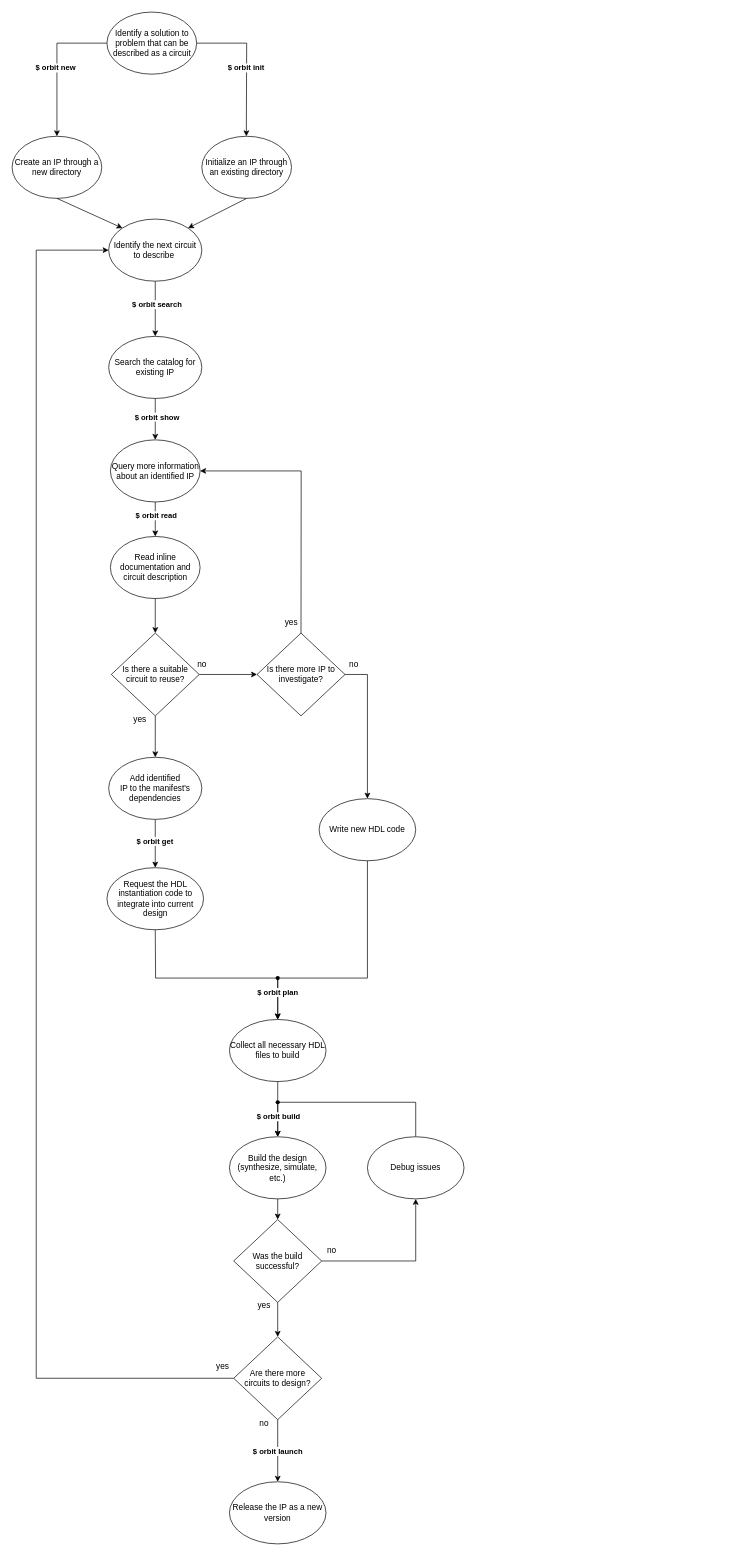
Before: docs/src/diagrams/command-flow.drawio in chaseruskin/orbit, a draw.io diagram. Source tidied: cells renumbered, new cells numbered last; positions are measured from the earlier drawing's top-left corner, leaving out a move shared by most shapes. Both pictures are drawn from the tidied source at 69%, with x=0, y=0 at pixel (12, 12).
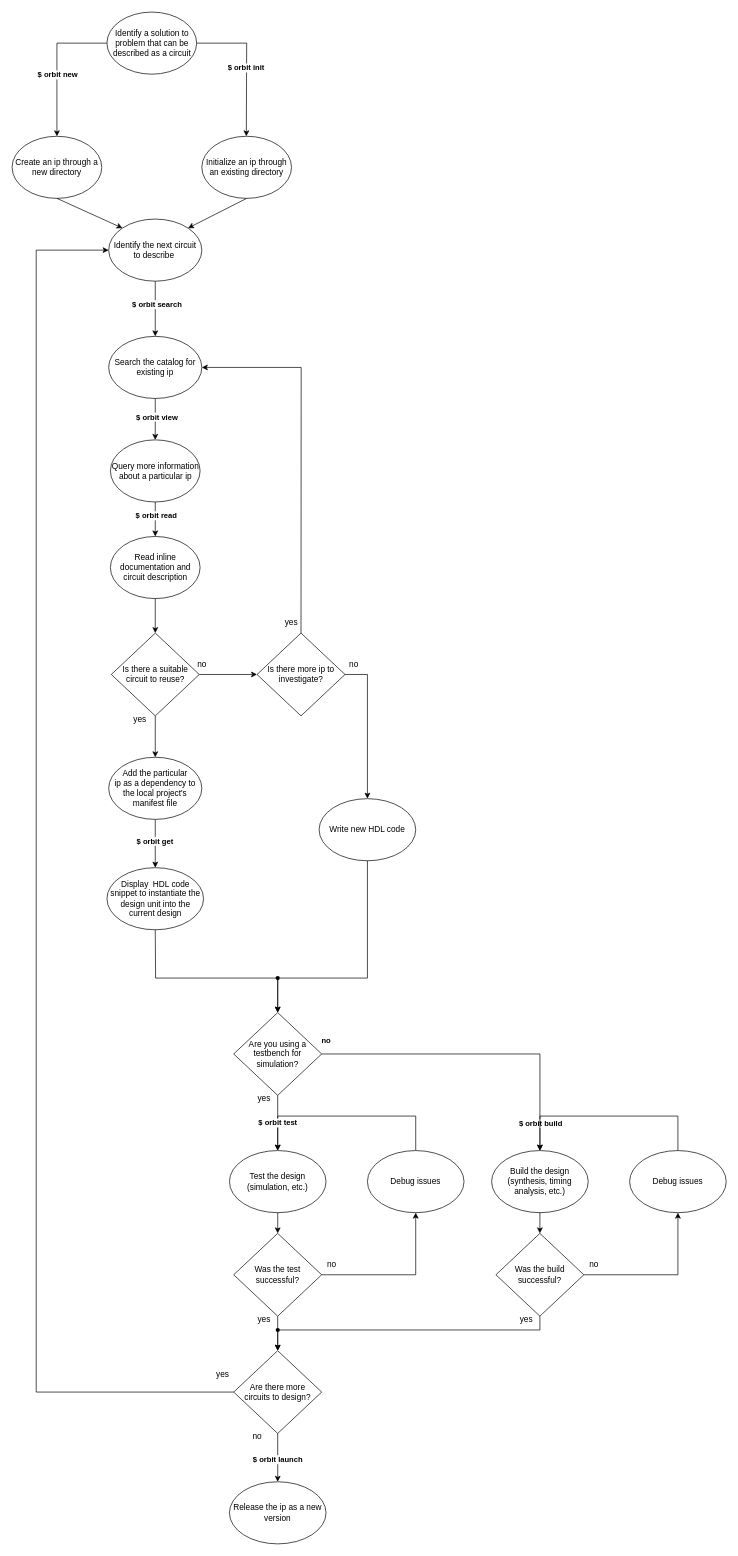
The same page after the edit.

Unchanged cells that the change refers to:
```xml
<mxCell id="3" value="Write new HDL code" style="ellipse;whiteSpace=wrap;html=1;" parent="1" vertex="1">
  <mxGeometry x="445" y="1140" width="140" height="90" as="geometry" />
</mxCell>
<mxCell id="5" value="Identify the next circuit &lt;br&gt;to describe&amp;nbsp;" style="ellipse;whiteSpace=wrap;html=1;" parent="1" vertex="1">
  <mxGeometry x="140" y="300" width="135" height="90" as="geometry" />
</mxCell>
<mxCell id="11" style="endArrow=classic;html=1;rounded=0;entryX=0.5;entryY=0;entryDx=0;entryDy=0;exitX=0;exitY=0.5;exitDx=0;exitDy=0;" parent="1" edge="1" source="58" target="9">
  <mxGeometry relative="1" as="geometry">
    <Array as="points">
      <mxPoint x="65" y="45" />
    </Array>
  </mxGeometry>
</mxCell>
<mxCell id="19" style="endArrow=classic;html=1;rounded=0;exitX=0.5;exitY=1;exitDx=0;exitDy=0;entryX=0.5;entryY=0;entryDx=0;entryDy=0;" parent="1" edge="1" source="4" target="6">
  <mxGeometry relative="1" as="geometry" />
</mxCell>
```

The edit, as a diff of the source:
```diff
@@
-    <mxCell id="2" style="endArrow=classic;html=1;rounded=0;exitX=0.5;exitY=0;exitDx=0;exitDy=0;entryX=0.5;entryY=0;entryDx=0;entryDy=0;" parent="1" edge="1" source="44" target="41">
-      <mxGeometry relative="1" as="geometry">
-        <Array as="points">
-          <mxPoint x="585" y="1580" />
-          <mxPoint x="385" y="1580" />
-        </Array>
-      </mxGeometry>
-    </mxCell>
@@
-    <mxCell id="4" value="Search the catalog for existing IP" style="ellipse;whiteSpace=wrap;html=1;" parent="1" vertex="1">
+    <mxCell id="4" value="Search the catalog for existing ip" style="ellipse;whiteSpace=wrap;html=1;" parent="1" vertex="1">
       <mxGeometry x="140" y="470" width="135" height="90" as="geometry" />
     </mxCell>
@@
-    <mxCell id="6" value="Query more information about an identified IP" style="ellipse;whiteSpace=wrap;html=1;" parent="1" vertex="1">
+    <mxCell id="6" value="Query more information about a particular ip" style="ellipse;whiteSpace=wrap;html=1;" parent="1" vertex="1">
       <mxGeometry x="142.5" y="620" width="130" height="90" as="geometry" />
     </mxCell>
@@
-    <mxCell id="8" value="Request the HDL instantiation code to integrate into current design" style="ellipse;whiteSpace=wrap;html=1;" parent="1" vertex="1">
+    <mxCell id="8" value="Display&amp;nbsp; HDL code snippet to instantiate the design unit into the current design" style="ellipse;whiteSpace=wrap;html=1;" parent="1" vertex="1">
       <mxGeometry x="137.5" y="1240" width="140" height="90" as="geometry" />
     </mxCell>
-    <mxCell id="9" value="Create an IP through a new directory" style="ellipse;whiteSpace=wrap;html=1;" parent="1" vertex="1">
+    <mxCell id="9" value="Create an ip through a new directory" style="ellipse;whiteSpace=wrap;html=1;" parent="1" vertex="1">
       <mxGeometry y="180" width="130" height="90" as="geometry" />
     </mxCell>
-    <mxCell id="10" value="Initialize an IP through an existing directory" style="ellipse;whiteSpace=wrap;html=1;" parent="1" vertex="1">
+    <mxCell id="10" value="Initialize an ip through an existing directory" style="ellipse;whiteSpace=wrap;html=1;" parent="1" vertex="1">
       <mxGeometry x="275" y="180" width="130" height="90" as="geometry" />
     </mxCell>
@@
     <mxCell id="12" value="&lt;b&gt;$ orbit new&lt;/b&gt;" style="edgeLabel;html=1;align=center;verticalAlign=middle;" parent="11" vertex="1">
       <mxGeometry x="-0.58" y="2" relative="1" as="geometry">
-        <mxPoint x="-31" y="33" as="offset" />
+        <mxPoint x="-28" y="43" as="offset" />
       </mxGeometry>
     </mxCell>
@@
-    <mxCell id="20" value="&lt;b&gt;$ orbit show&lt;/b&gt;" style="edgeLabel;html=1;align=center;verticalAlign=middle;" parent="19" vertex="1">
+    <mxCell id="20" value="&lt;b&gt;$ orbit view&lt;/b&gt;" style="edgeLabel;html=1;align=center;verticalAlign=middle;" parent="19" vertex="1">
       <mxGeometry x="-0.13" y="3" relative="1" as="geometry">
         <mxPoint x="-1" as="offset" />
       </mxGeometry>
     </mxCell>
@@
-    <mxCell id="28" value="Is there more IP to investigate?" style="rhombus;whiteSpace=wrap;html=1;" parent="1" vertex="1">
+    <mxCell id="28" value="Is there more ip to investigate?" style="rhombus;whiteSpace=wrap;html=1;" parent="1" vertex="1">
       <mxGeometry x="355" y="900" width="127.5" height="120" as="geometry" />
     </mxCell>
@@
-    <mxCell id="31" style="endArrow=classic;html=1;rounded=0;entryX=1;entryY=0.5;entryDx=0;entryDy=0;exitX=0.5;exitY=0;exitDx=0;exitDy=0;" parent="1" edge="1" source="28" target="6">
+    <mxCell id="31" style="endArrow=classic;html=1;rounded=0;entryX=1;entryY=0.5;entryDx=0;entryDy=0;exitX=0.5;exitY=0;exitDx=0;exitDy=0;" parent="1" edge="1" source="28" target="4">
       <mxGeometry relative="1" as="geometry">
         <Array as="points">
-          <mxPoint x="419" y="665" />
+          <mxPoint x="419" y="515" />
         </Array>
       </mxGeometry>
     </mxCell>
@@
-    <mxCell id="33" value="Add identified &lt;br&gt;IP to the manifest's &lt;br&gt;dependencies" style="ellipse;whiteSpace=wrap;html=1;" parent="1" vertex="1">
+    <mxCell id="33" value="Add the particular&lt;br&gt;ip as a dependency to the local project's manifest file" style="ellipse;whiteSpace=wrap;html=1;" parent="1" vertex="1">
       <mxGeometry x="140" y="1080" width="135" height="90" as="geometry" />
     </mxCell>
@@
-    <mxCell id="37" value="Collect all necessary HDL files to build" style="ellipse;whiteSpace=wrap;html=1;" parent="1" vertex="1">
-      <mxGeometry x="315" y="1460" width="140" height="90" as="geometry" />
-    </mxCell>
-    <mxCell id="38" style="endArrow=classic;html=1;rounded=0;exitX=0.5;exitY=1;exitDx=0;exitDy=0;entryX=0.5;entryY=0;entryDx=0;entryDy=0;" parent="1" edge="1" source="8" target="37">
+    <mxCell id="38" style="endArrow=classic;html=1;rounded=0;exitX=0.5;exitY=1;exitDx=0;exitDy=0;entryX=0.5;entryY=0;entryDx=0;entryDy=0;" parent="1" edge="1" source="8" target="61">
       <mxGeometry relative="1" as="geometry">
         <Array as="points">
           <mxPoint x="208" y="1400" />
           <mxPoint x="385" y="1400" />
         </Array>
       </mxGeometry>
     </mxCell>
-    <mxCell id="39" style="endArrow=classic;html=1;rounded=0;exitX=0.5;exitY=1;exitDx=0;exitDy=0;entryX=0.5;entryY=0;entryDx=0;entryDy=0;" parent="1" edge="1" source="3" target="37">
+    <mxCell id="39" style="endArrow=classic;html=1;rounded=0;exitX=0.5;exitY=1;exitDx=0;exitDy=0;entryX=0.5;entryY=0;entryDx=0;entryDy=0;" parent="1" edge="1" source="3" target="61">
       <mxGeometry relative="1" as="geometry">
         <Array as="points">
           <mxPoint x="515" y="1310" />
           <mxPoint x="515" y="1400" />
           <mxPoint x="385" y="1400" />
         </Array>
       </mxGeometry>
     </mxCell>
-    <mxCell id="40" value="&lt;b&gt;$ orbit plan&lt;/b&gt;" style="edgeLabel;html=1;align=center;verticalAlign=middle;" parent="39" vertex="1">
-      <mxGeometry x="0.78" y="-1" relative="1" as="geometry" />
-    </mxCell>
+    <mxCell id="49" value="Are there more &lt;br&gt;circuits to design?" style="rhombus;whiteSpace=wrap;html=1;" parent="1" vertex="1">
+      <mxGeometry x="321.2" y="1940" width="127.5" height="120" as="geometry" />
+    </mxCell>
+    <mxCell id="52" style="endArrow=classic;html=1;rounded=0;entryX=0;entryY=0.5;entryDx=0;entryDy=0;exitX=0;exitY=0.5;exitDx=0;exitDy=0;" parent="1" edge="1" source="49" target="5">
+      <mxGeometry relative="1" as="geometry">
+        <Array as="points">
+          <mxPoint x="35" y="2000" />
+          <mxPoint x="35" y="345" />
+        </Array>
+      </mxGeometry>
+    </mxCell>
+    <mxCell id="54" value="Release the ip as a new version" style="ellipse;whiteSpace=wrap;html=1;" parent="1" vertex="1">
+      <mxGeometry x="315" y="2130" width="140" height="90" as="geometry" />
+    </mxCell>
+    <mxCell id="55" style="endArrow=classic;html=1;rounded=0;exitX=0.5;exitY=1;exitDx=0;exitDy=0;" parent="1" edge="1" source="49" target="54">
+      <mxGeometry relative="1" as="geometry" />
+    </mxCell>
+    <mxCell id="56" value="&lt;b&gt;$ orbit launch&lt;/b&gt;" style="edgeLabel;html=1;align=center;verticalAlign=middle;" parent="55" vertex="1">
+      <mxGeometry x="-0.2" relative="1" as="geometry">
+        <mxPoint y="10" as="offset" />
+      </mxGeometry>
+    </mxCell>
+    <mxCell id="58" value="Identify a solution to problem that can be described as a circuit" style="ellipse;whiteSpace=wrap;html=1;" parent="1" vertex="1">
+      <mxGeometry x="137.5" width="130" height="90" as="geometry" />
+    </mxCell>
+    <mxCell id="59" style="shape=waypoint;sketch=0;size=6;fillColor=none;perimeter=centerPerimeter;" parent="1" vertex="1">
+      <mxGeometry x="375" y="1390" width="20" height="20" as="geometry" />
+    </mxCell>
+    <mxCell id="61" value="Are you using a testbench for simulation?" style="rhombus;whiteSpace=wrap;html=1;" parent="1" vertex="1">
+      <mxGeometry x="321.2" y="1450" width="127.5" height="120" as="geometry" />
+    </mxCell>
+    <mxCell id="62" style="endArrow=classic;html=1;rounded=0;exitX=1;exitY=0.5;exitDx=0;exitDy=0;entryX=0.5;entryY=0;entryDx=0;entryDy=0;" parent="1" edge="1" source="61" target="41">
+      <mxGeometry relative="1" as="geometry">
+        <Array as="points">
+          <mxPoint x="765" y="1510" />
+        </Array>
+      </mxGeometry>
+    </mxCell>
+    <mxCell id="63" value="&lt;b&gt;no&lt;/b&gt;" style="edgeLabel;html=1;align=center;verticalAlign=middle;" parent="62" vertex="1">
+      <mxGeometry x="-0.12" relative="1" as="geometry">
+        <mxPoint x="-195" y="-20" as="offset" />
+      </mxGeometry>
+    </mxCell>
+    <mxCell id="43" value="&lt;b&gt;$ orbit build&lt;/b&gt;" style="edgeLabel;html=1;align=center;verticalAlign=middle;" parent="62" vertex="1">
+      <mxGeometry x="0.53" y="-1" relative="1" as="geometry">
+        <mxPoint x="1" y="68" as="offset" />
+      </mxGeometry>
+    </mxCell>
+    <mxCell id="64" style="endArrow=classic;html=1;rounded=0;exitX=0.5;exitY=0;exitDx=0;exitDy=0;entryX=0.5;entryY=0;entryDx=0;entryDy=0;" parent="1" edge="1" source="66" target="65">
+      <mxGeometry relative="1" as="geometry">
+        <Array as="points">
+          <mxPoint x="585" y="1600" />
+          <mxPoint x="385" y="1600" />
+        </Array>
+      </mxGeometry>
+    </mxCell>
+    <mxCell id="65" value="Test the design (simulation, etc.)" style="ellipse;whiteSpace=wrap;html=1;" parent="1" vertex="1">
+      <mxGeometry x="315" y="1650" width="140" height="90" as="geometry" />
+    </mxCell>
+    <mxCell id="66" value="Debug issues" style="ellipse;whiteSpace=wrap;html=1;" parent="1" vertex="1">
+      <mxGeometry x="515" y="1650" width="140" height="90" as="geometry" />
+    </mxCell>
+    <mxCell id="67" style="endArrow=classic;html=1;rounded=0;exitX=1;exitY=0.5;exitDx=0;exitDy=0;entryX=0.5;entryY=1;entryDx=0;entryDy=0;" parent="1" edge="1" source="68" target="66">
+      <mxGeometry relative="1" as="geometry">
+        <Array as="points">
+          <mxPoint x="585" y="1830" />
+        </Array>
+      </mxGeometry>
+    </mxCell>
+    <mxCell id="68" value="Was the test successful?" style="rhombus;whiteSpace=wrap;html=1;" parent="1" vertex="1">
+      <mxGeometry x="321.2" y="1770" width="127.5" height="120" as="geometry" />
+    </mxCell>
+    <mxCell id="69" style="endArrow=classic;html=1;rounded=0;exitX=0.5;exitY=1;exitDx=0;exitDy=0;entryX=0.5;entryY=0;entryDx=0;entryDy=0;" parent="1" edge="1" source="65" target="68">
+      <mxGeometry relative="1" as="geometry" />
+    </mxCell>
+    <mxCell id="70" value="no" style="text;html=1;align=center;verticalAlign=middle;strokeColor=none;fillColor=none;" parent="1" vertex="1">
+      <mxGeometry x="442.5" y="1800" width="40" height="30" as="geometry" />
+    </mxCell>
+    <mxCell id="71" style="endArrow=classic;html=1;rounded=0;exitX=0.5;exitY=1;exitDx=0;exitDy=0;" parent="1" edge="1" source="68">
+      <mxGeometry relative="1" as="geometry">
+        <mxPoint x="385" y="1940" as="targetPoint" />
+      </mxGeometry>
+    </mxCell>
+    <mxCell id="72" value="yes" style="text;html=1;align=center;verticalAlign=middle;strokeColor=none;fillColor=none;" parent="1" vertex="1">
+      <mxGeometry x="345" y="1880" width="40" height="30" as="geometry" />
+    </mxCell>
+    <mxCell id="73" style="endArrow=classic;html=1;rounded=0;exitX=0.5;exitY=1;exitDx=0;exitDy=0;" parent="1" edge="1" source="61">
+      <mxGeometry relative="1" as="geometry">
+        <mxPoint x="385" y="1650" as="targetPoint" />
+      </mxGeometry>
+    </mxCell>
+    <mxCell id="74" value="&lt;b&gt;$ orbit test&lt;/b&gt;" style="edgeLabel;html=1;align=center;verticalAlign=middle;" parent="73" vertex="1">
+      <mxGeometry x="-0.25" relative="1" as="geometry">
+        <mxPoint y="10" as="offset" />
+      </mxGeometry>
+    </mxCell>
+    <mxCell id="75" value="yes" style="text;html=1;align=center;verticalAlign=middle;strokeColor=none;fillColor=none;" parent="1" vertex="1">
+      <mxGeometry x="345" y="1560" width="40" height="30" as="geometry" />
+    </mxCell>
-    <mxCell id="41" value="Build the design (synthesize, simulate, etc.)" style="ellipse;whiteSpace=wrap;html=1;" parent="1" vertex="1">
-      <mxGeometry x="315" y="1630" width="140" height="90" as="geometry" />
+    <mxCell id="41" value="Build the design (synthesis, timing analysis, etc.)" style="ellipse;whiteSpace=wrap;html=1;" parent="1" vertex="1">
+      <mxGeometry x="695" y="1650" width="140" height="90" as="geometry" />
     </mxCell>
-    <mxCell id="42" style="endArrow=classic;html=1;rounded=0;exitX=0.5;exitY=1;exitDx=0;exitDy=0;entryX=0.5;entryY=0;entryDx=0;entryDy=0;" parent="1" edge="1" source="37" target="41">
-      <mxGeometry relative="1" as="geometry" />
-    </mxCell>
-    <mxCell id="43" value="&lt;b&gt;$ orbit build&lt;/b&gt;" style="edgeLabel;html=1;align=center;verticalAlign=middle;" parent="42" vertex="1">
-      <mxGeometry x="-0.12" relative="1" as="geometry">
-        <mxPoint y="15" as="offset" />
-      </mxGeometry>
-    </mxCell>
     <mxCell id="44" value="Debug issues" style="ellipse;whiteSpace=wrap;html=1;" parent="1" vertex="1">
-      <mxGeometry x="515" y="1630" width="140" height="90" as="geometry" />
+      <mxGeometry x="895" y="1650" width="140" height="90" as="geometry" />
     </mxCell>
+    <mxCell id="2" style="endArrow=classic;html=1;rounded=0;exitX=0.5;exitY=0;exitDx=0;exitDy=0;entryX=0.5;entryY=0;entryDx=0;entryDy=0;" parent="1" edge="1" source="44" target="41">
+      <mxGeometry relative="1" as="geometry">
+        <Array as="points">
+          <mxPoint x="965" y="1600" />
+          <mxPoint x="765" y="1600" />
+        </Array>
+      </mxGeometry>
+    </mxCell>
     <mxCell id="45" style="endArrow=classic;html=1;rounded=0;exitX=1;exitY=0.5;exitDx=0;exitDy=0;entryX=0.5;entryY=1;entryDx=0;entryDy=0;" parent="1" edge="1" source="46" target="44">
       <mxGeometry relative="1" as="geometry">
         <Array as="points">
-          <mxPoint x="585" y="1810" />
+          <mxPoint x="965" y="1830" />
         </Array>
       </mxGeometry>
     </mxCell>
     <mxCell id="46" value="Was the build successful?" style="rhombus;whiteSpace=wrap;html=1;" parent="1" vertex="1">
-      <mxGeometry x="321.2" y="1750" width="127.5" height="120" as="geometry" />
+      <mxGeometry x="701.2" y="1770" width="127.5" height="120" as="geometry" />
     </mxCell>
@@
     <mxCell id="48" value="no" style="text;html=1;align=center;verticalAlign=middle;strokeColor=none;fillColor=none;" parent="1" vertex="1">
-      <mxGeometry x="442.5" y="1780" width="40" height="30" as="geometry" />
+      <mxGeometry x="822.5" y="1800" width="40" height="30" as="geometry" />
     </mxCell>
-    <mxCell id="49" value="Are there more &lt;br&gt;circuits to design?" style="rhombus;whiteSpace=wrap;html=1;" parent="1" vertex="1">
-      <mxGeometry x="321.2" y="1920" width="127.5" height="120" as="geometry" />
-    </mxCell>
-    <mxCell id="50" style="endArrow=classic;html=1;rounded=0;exitX=0.5;exitY=1;exitDx=0;exitDy=0;" parent="1" edge="1" source="46" target="49">
-      <mxGeometry relative="1" as="geometry" />
+    <mxCell id="50" style="endArrow=classic;html=1;rounded=0;exitDx=0;exitDy=0;entryX=0.5;entryY=0;entryDx=0;entryDy=0;startArrow=none;" parent="1" edge="1" source="79" target="49">
+      <mxGeometry relative="1" as="geometry">
+        <Array as="points">
+          <mxPoint x="385" y="1910" />
+        </Array>
+      </mxGeometry>
     </mxCell>
     <mxCell id="51" value="yes" style="text;html=1;align=center;verticalAlign=middle;strokeColor=none;fillColor=none;" parent="1" vertex="1">
-      <mxGeometry x="345" y="1860" width="40" height="30" as="geometry" />
+      <mxGeometry x="725" y="1880" width="40" height="30" as="geometry" />
     </mxCell>
-    <mxCell id="52" style="endArrow=classic;html=1;rounded=0;exitX=0;exitY=0.5;exitDx=0;exitDy=0;entryX=0;entryY=0.5;entryDx=0;entryDy=0;" parent="1" edge="1" source="49" target="5">
-      <mxGeometry relative="1" as="geometry">
-        <Array as="points">
-          <mxPoint x="35" y="1980" />
-          <mxPoint x="35" y="345" />
-        </Array>
-      </mxGeometry>
-    </mxCell>
-    <mxCell id="53" value="yes" style="text;html=1;align=center;verticalAlign=middle;strokeColor=none;fillColor=none;" parent="1" vertex="1">
-      <mxGeometry x="285" y="1948" width="40" height="30" as="geometry" />
-    </mxCell>
-    <mxCell id="54" value="Release the IP as a new version" style="ellipse;whiteSpace=wrap;html=1;" parent="1" vertex="1">
-      <mxGeometry x="315" y="2130" width="140" height="90" as="geometry" />
-    </mxCell>
-    <mxCell id="55" style="endArrow=classic;html=1;rounded=0;exitX=0.5;exitY=1;exitDx=0;exitDy=0;" parent="1" edge="1" source="49" target="54">
-      <mxGeometry relative="1" as="geometry" />
-    </mxCell>
-    <mxCell id="56" value="&lt;b&gt;$ orbit launch&lt;/b&gt;" style="edgeLabel;html=1;align=center;verticalAlign=middle;" parent="55" vertex="1">
-      <mxGeometry x="-0.2" relative="1" as="geometry">
-        <mxPoint y="10" as="offset" />
-      </mxGeometry>
-    </mxCell>
-    <mxCell id="57" value="no" style="text;html=1;align=center;verticalAlign=middle;strokeColor=none;fillColor=none;" parent="1" vertex="1">
-      <mxGeometry x="345" y="2030" width="40" height="30" as="geometry" />
-    </mxCell>
-    <mxCell id="58" value="Identify a solution to problem that can be described as a circuit" style="ellipse;whiteSpace=wrap;html=1;" parent="1" vertex="1">
-      <mxGeometry x="137.5" width="130" height="90" as="geometry" />
-    </mxCell>
-    <mxCell id="59" style="shape=waypoint;sketch=0;size=6;fillColor=none;perimeter=centerPerimeter;" parent="1" vertex="1">
-      <mxGeometry x="375" y="1390" width="20" height="20" as="geometry" />
-    </mxCell>
-    <mxCell id="60" style="shape=waypoint;sketch=0;size=6;fillColor=none;perimeter=centerPerimeter;" parent="1" vertex="1">
-      <mxGeometry x="375" y="1570" width="20" height="20" as="geometry" />
-    </mxCell>
+    <mxCell id="76" value="yes" style="text;html=1;align=center;verticalAlign=middle;strokeColor=none;fillColor=none;" parent="1" vertex="1">
+      <mxGeometry x="285" y="1960" width="40" height="30" as="geometry" />
+    </mxCell>
+    <mxCell id="77" value="no" style="text;html=1;align=center;verticalAlign=middle;strokeColor=none;fillColor=none;" parent="1" vertex="1">
+      <mxGeometry x="335" y="2050" width="40" height="30" as="geometry" />
+    </mxCell>
+    <mxCell id="78" style="endArrow=none;html=1;rounded=0;exitX=0.5;exitY=1;exitDx=0;exitDy=0;entryDx=0;entryDy=0;" parent="1" edge="1" source="46" target="79">
+      <mxGeometry relative="1" as="geometry">
+        <Array as="points">
+          <mxPoint x="765" y="1910" />
+        </Array>
+      </mxGeometry>
+    </mxCell>
+    <mxCell id="79" style="shape=waypoint;sketch=0;size=6;points=[];fillColor=none;perimeter=centerPerimeter;snapToPoint=1;" parent="1" vertex="1">
+      <mxGeometry x="375" y="1900" width="20" height="20" as="geometry" />
+    </mxCell>
```
